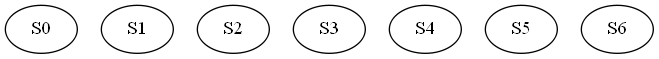
Before: OLC1_Practica1_201701133/AFD2.png, a diagram exported from Graphviz (SelvinLP/-OLC1-Practica1_201701133). Its source is kept beside it as OLC1_Practica1_201701133/AFD2.dot. The source it was exported from:
```dot
digraph AFD {
"S0"[ label=S0]"S1"[ label=S1]"S2"[ label=S2]"S3"[ label=S3]"S4"[ label=S4]"S5"[ label=S5]"S6"[ label=S6]
}
```
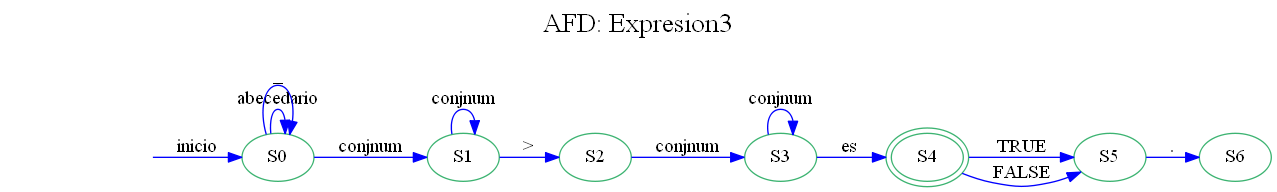
The same diagram one commit later.

The edit, as a diff of the source:
```diff
@@ -1,3 +1,23 @@
 digraph AFD {
-"S0"[ label=S0]"S1"[ label=S1]"S2"[ label=S2]"S3"[ label=S3]"S4"[ label=S4]"S5"[ label=S5]"S6"[ label=S6]
+graph [label="AFD: Expresion3", labelloc=t, fontsize=20]; rankdir=LR;edge [color=blue];node [color = mediumseagreen];"S0"[ label=S0]
+"S1"[ label=S1]
+"S2"[ label=S2]
+"S3"[ label=S3]
+"S4"[ label=S4]
+"S5"[ label=S5]
+"S6"[ label=S6]
+secret_node [style=invis];
+secret_node -> S0 [label="inicio"];S4[peripheries=2];
+"S0"->"S0"[label="abecedario"];
+"S0"->"S0"[label="\_"];
+"S0"->"S1"[label="conjnum"];
+"S1"->"S2"[label="\>"];
+"S1"->"S1"[label="conjnum"];
+"S2"->"S3"[label="conjnum"];
+"S3"->"S4"[label="es "];
+"S3"->"S3"[label="conjnum"];
+"S4"->"S5"[label="TRUE"];
+"S4"->"S5"[label="FALSE"];
+"S5"->"S6"[label="\."];
+
 }
```
